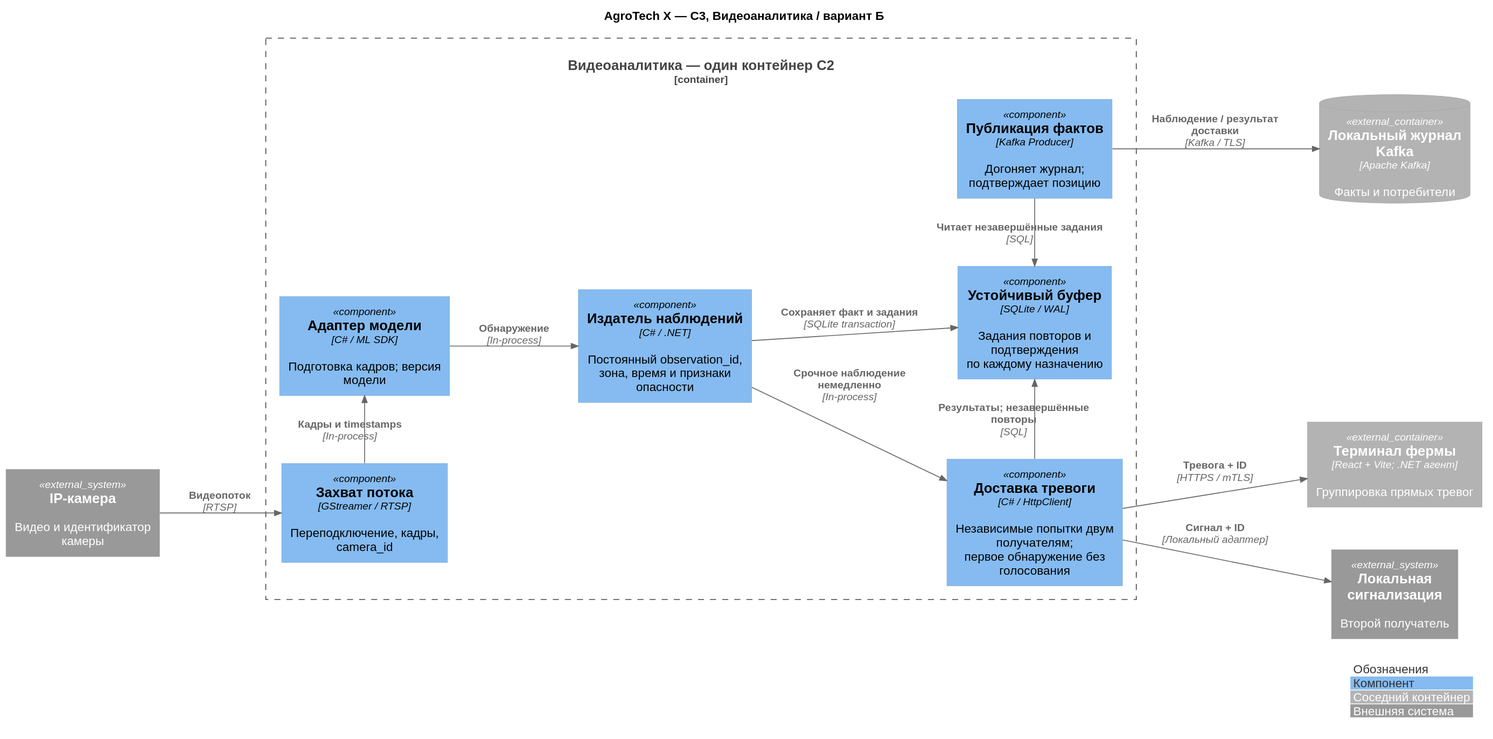
Earlier version of the PlantUML export Task3/diagrams/c3-variant-b.svg (rozhkovsvyat/MSA-AgroTech).
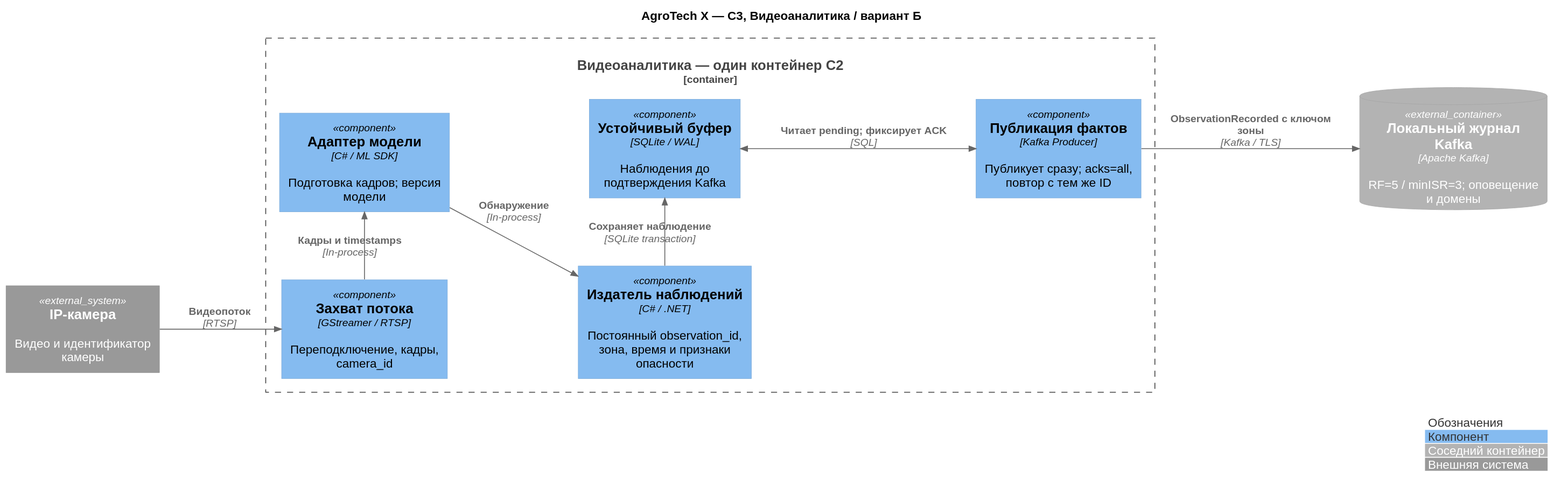
The same diagram one commit later.

What changed in the source:
```diff
@@ -10,28 +10,20 @@
 title AgroTech X — C3, Видеоаналитика / вариант Б
 
 System_Ext(camera, "IP-камера", "Видео и идентификатор камеры")
-Container_Ext(ui, "Терминал фермы", "React + Vite; .NET агент", "Группировка прямых тревог")
-System_Ext(sound, "Локальная сигнализация", "Второй получатель")
-ContainerDb_Ext(journal, "Локальный журнал Kafka", "Apache Kafka", "Факты и потребители")
+ContainerDb_Ext(journal, "Локальный журнал Kafka", "Apache Kafka", "RF=5 / minISR=3; оповещение и домены")
 Container_Boundary(video, "Видеоаналитика — один контейнер C2") {
  Component(capture, "Захват потока", "GStreamer / RTSP", "Переподключение, кадры, camera_id")
  Component(infer, "Адаптер модели", "C# / ML SDK", "Подготовка кадров; версия модели")
  Component(build, "Издатель наблюдений", "C# / .NET", "Постоянный observation_id,\nзона, время и признаки опасности")
- Component(delivery, "Доставка тревоги", "C# / HttpClient", "Независимые попытки двум получателям;\nпервое обнаружение без голосования")
- Component(spool, "Устойчивый буфер", "SQLite / WAL", "Задания повторов и подтверждения\nпо каждому назначению")
- Component(publisher, "Публикация фактов", "Kafka Producer", "Догоняет журнал; подтверждает позицию")
+ Component(spool, "Устойчивый буфер", "SQLite / WAL", "Наблюдения до подтверждения Kafka")
+ Component(publisher, "Публикация фактов", "Kafka Producer", "Публикует сразу; acks=all, повтор с тем же ID")
 }
 Rel_R(camera, capture, "Видеопоток", "RTSP")
 Rel_D(capture, infer, "Кадры и timestamps", "In-process")
 Rel_R(infer, build, "Обнаружение", "In-process")
-Rel_R(build, delivery, "Срочное наблюдение немедленно", "In-process")
-Rel_D(build, spool, "Сохраняет факт и задания", "SQLite transaction")
-Rel_R(delivery, ui, "Тревога + ID", "HTTPS / mTLS")
-Rel_R(delivery, sound, "Сигнал + ID", "Локальный адаптер")
-Rel_D(delivery, spool, "Результаты; незавершённые повторы", "SQL")
-Rel_U(publisher, spool, "Читает незавершённые задания", "SQL")
-Rel_R(publisher, journal, "Наблюдение / результат доставки", "Kafka / TLS")
-Lay_D(ui, sound)
+Rel_D(build, spool, "Сохраняет наблюдение", "SQLite transaction")
+BiRel_R(spool, publisher, "Читает pending; фиксирует ACK", "SQL")
+Rel_R(publisher, journal, "ObservationRecorded с ключом зоны", "Kafka / TLS")
 
 legend right
 |<#FFFFFF><color:#333333> Обозначения |
```
